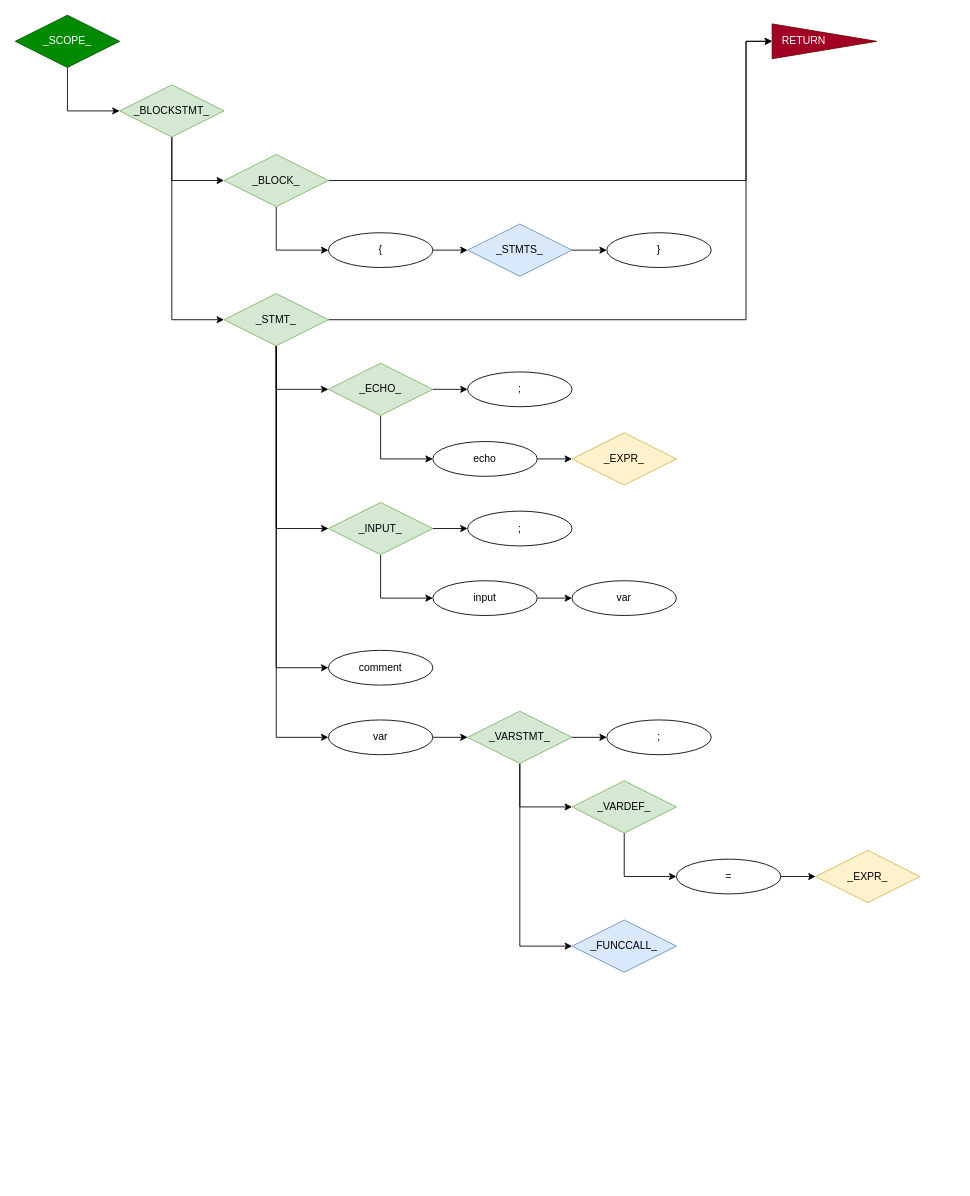
Above: page "_SCOPE_" (3 of 8) of README/Grammar.drawio in ZacharyYGateley/Compiler (draw.io), before the change. Source tidied: cells renumbered, new cells numbered last; positions are measured from the earlier drawing's top-left corner, leaving out a move shared by most shapes. Both pictures are drawn from the tidied source at 87%, with x=0, y=0 at pixel (15, 15).
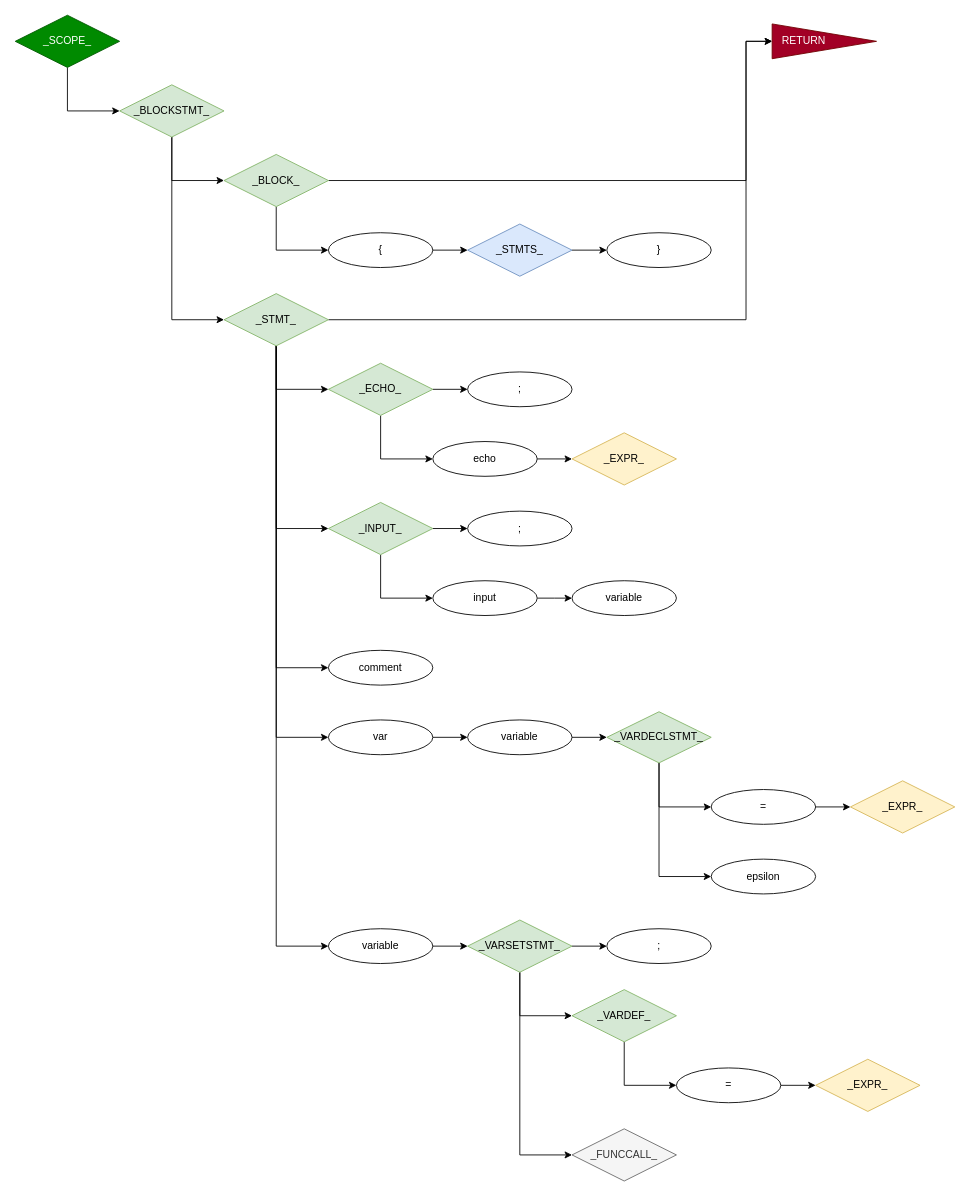
Above is the later version.

Unchanged cells that the change refers to:
```xml
<mxCell id="13" value="_STMT_" style="rhombus;whiteSpace=wrap;html=1;fillColor=#d5e8d4;strokeColor=#82b366;" parent="1" vertex="1">
  <mxGeometry x="240" y="320" width="120" height="60" as="geometry" />
</mxCell>
```

Diff of the diagram source:
```diff
@@
+    <mxCell id="50" style="edgeStyle=orthogonalEdgeStyle;rounded=0;jettySize=auto;html=1;exitX=0.5;exitY=1;exitDx=0;exitDy=0;entryX=0;entryY=0.5;entryDx=0;entryDy=0;" parent="1" edge="1" source="13" target="52">
+      <mxGeometry relative="1" as="geometry" />
+    </mxCell>
@@
-    <mxCell id="22" value="_VARSTMT_" style="rhombus;whiteSpace=wrap;html=1;fillColor=#d5e8d4;strokeColor=#82b366;" parent="1" vertex="1">
-      <mxGeometry x="520" y="800" width="120" height="60" as="geometry" />
+    <mxCell id="22" value="_VARSETSTMT_" style="rhombus;whiteSpace=wrap;html=1;fillColor=#d5e8d4;strokeColor=#82b366;" parent="1" vertex="1">
+      <mxGeometry x="520" y="1040" width="120" height="60" as="geometry" />
     </mxCell>
@@
-    <mxCell id="28" value="var" style="ellipse;whiteSpace=wrap;html=1;" parent="1" vertex="1">
-      <mxGeometry x="360" y="810" width="120" height="40" as="geometry" />
+    <mxCell id="28" value="variable" style="ellipse;whiteSpace=wrap;html=1;" parent="1" vertex="1">
+      <mxGeometry x="360" y="1050" width="120" height="40" as="geometry" />
     </mxCell>
@@
     <mxCell id="30" value="_VARDEF_" style="rhombus;whiteSpace=wrap;html=1;fillColor=#d5e8d4;strokeColor=#82b366;" parent="1" vertex="1">
-      <mxGeometry x="640" y="880" width="120" height="60" as="geometry" />
+      <mxGeometry x="640" y="1120" width="120" height="60" as="geometry" />
     </mxCell>
@@
     <mxCell id="32" value="=" style="ellipse;whiteSpace=wrap;html=1;" parent="1" vertex="1">
-      <mxGeometry x="760" y="970" width="120" height="40" as="geometry" />
+      <mxGeometry x="760" y="1210" width="120" height="40" as="geometry" />
     </mxCell>
-    <mxCell id="33" value="_FUNCCALL_" style="rhombus;whiteSpace=wrap;html=1;fillColor=#dae8fc;strokeColor=#6c8ebf;" parent="1" vertex="1">
-      <mxGeometry x="640" y="1040" width="120" height="60" as="geometry" />
+    <mxCell id="33" value="_FUNCCALL_" style="rhombus;whiteSpace=wrap;html=1;fillColor=#f5f5f5;strokeColor=#666666;fontColor=#333333;" parent="1" vertex="1">
+      <mxGeometry x="640" y="1280" width="120" height="60" as="geometry" />
     </mxCell>
     <mxCell id="34" value="_EXPR_" style="rhombus;whiteSpace=wrap;html=1;fillColor=#fff2cc;strokeColor=#d6b656;" parent="1" vertex="1">
-      <mxGeometry x="920" y="960" width="120" height="60" as="geometry" />
+      <mxGeometry x="920" y="1200" width="120" height="60" as="geometry" />
     </mxCell>
@@
-    <mxCell id="43" value="var" style="ellipse;whiteSpace=wrap;html=1;" parent="1" vertex="1">
+    <mxCell id="43" value="variable" style="ellipse;whiteSpace=wrap;html=1;" parent="1" vertex="1">
       <mxGeometry x="640" y="650" width="120" height="40" as="geometry" />
     </mxCell>
@@
     <mxCell id="47" value=";" style="ellipse;whiteSpace=wrap;html=1;" parent="1" vertex="1">
-      <mxGeometry x="680" y="810" width="120" height="40" as="geometry" />
+      <mxGeometry x="680" y="1050" width="120" height="40" as="geometry" />
     </mxCell>
@@
+    <mxCell id="51" style="edgeStyle=orthogonalEdgeStyle;rounded=0;jettySize=auto;html=1;" parent="1" edge="1" source="52" target="54">
+      <mxGeometry relative="1" as="geometry" />
+    </mxCell>
+    <mxCell id="52" value="var" style="ellipse;whiteSpace=wrap;html=1;" parent="1" vertex="1">
+      <mxGeometry x="360" y="810" width="120" height="40" as="geometry" />
+    </mxCell>
+    <mxCell id="53" style="edgeStyle=orthogonalEdgeStyle;rounded=0;jettySize=auto;html=1;" parent="1" edge="1" source="54" target="57">
+      <mxGeometry relative="1" as="geometry" />
+    </mxCell>
+    <mxCell id="54" value="variable" style="ellipse;whiteSpace=wrap;html=1;" parent="1" vertex="1">
+      <mxGeometry x="520" y="810" width="120" height="40" as="geometry" />
+    </mxCell>
+    <mxCell id="55" style="edgeStyle=orthogonalEdgeStyle;rounded=0;jettySize=auto;html=1;exitX=0.5;exitY=1;exitDx=0;exitDy=0;entryX=0;entryY=0.5;entryDx=0;entryDy=0;" parent="1" edge="1" source="57" target="59">
+      <mxGeometry relative="1" as="geometry" />
+    </mxCell>
+    <mxCell id="56" style="edgeStyle=orthogonalEdgeStyle;rounded=0;jettySize=auto;html=1;exitX=0.5;exitY=1;exitDx=0;exitDy=0;entryX=0;entryY=0.5;entryDx=0;entryDy=0;" parent="1" edge="1" source="57" target="61">
+      <mxGeometry relative="1" as="geometry" />
+    </mxCell>
+    <mxCell id="57" value="_VARDECLSTMT_" style="rhombus;whiteSpace=wrap;html=1;fillColor=#d5e8d4;strokeColor=#82b366;" parent="1" vertex="1">
+      <mxGeometry x="680" y="800.6" width="120" height="58.8" as="geometry" />
+    </mxCell>
+    <mxCell id="58" style="edgeStyle=orthogonalEdgeStyle;rounded=0;jettySize=auto;html=1;exitX=1;exitY=0.5;exitDx=0;exitDy=0;entryX=0;entryY=0.5;entryDx=0;entryDy=0;" parent="1" edge="1" source="59" target="60">
+      <mxGeometry relative="1" as="geometry" />
+    </mxCell>
+    <mxCell id="59" value="=" style="ellipse;whiteSpace=wrap;html=1;" parent="1" vertex="1">
+      <mxGeometry x="800" y="890" width="120" height="40" as="geometry" />
+    </mxCell>
+    <mxCell id="60" value="_EXPR_" style="rhombus;whiteSpace=wrap;html=1;fillColor=#fff2cc;strokeColor=#d6b656;" parent="1" vertex="1">
+      <mxGeometry x="960" y="880" width="120" height="60" as="geometry" />
+    </mxCell>
+    <mxCell id="61" value="epsilon" style="ellipse;whiteSpace=wrap;html=1;" parent="1" vertex="1">
+      <mxGeometry x="800" y="970" width="120" height="40" as="geometry" />
+    </mxCell>
```
